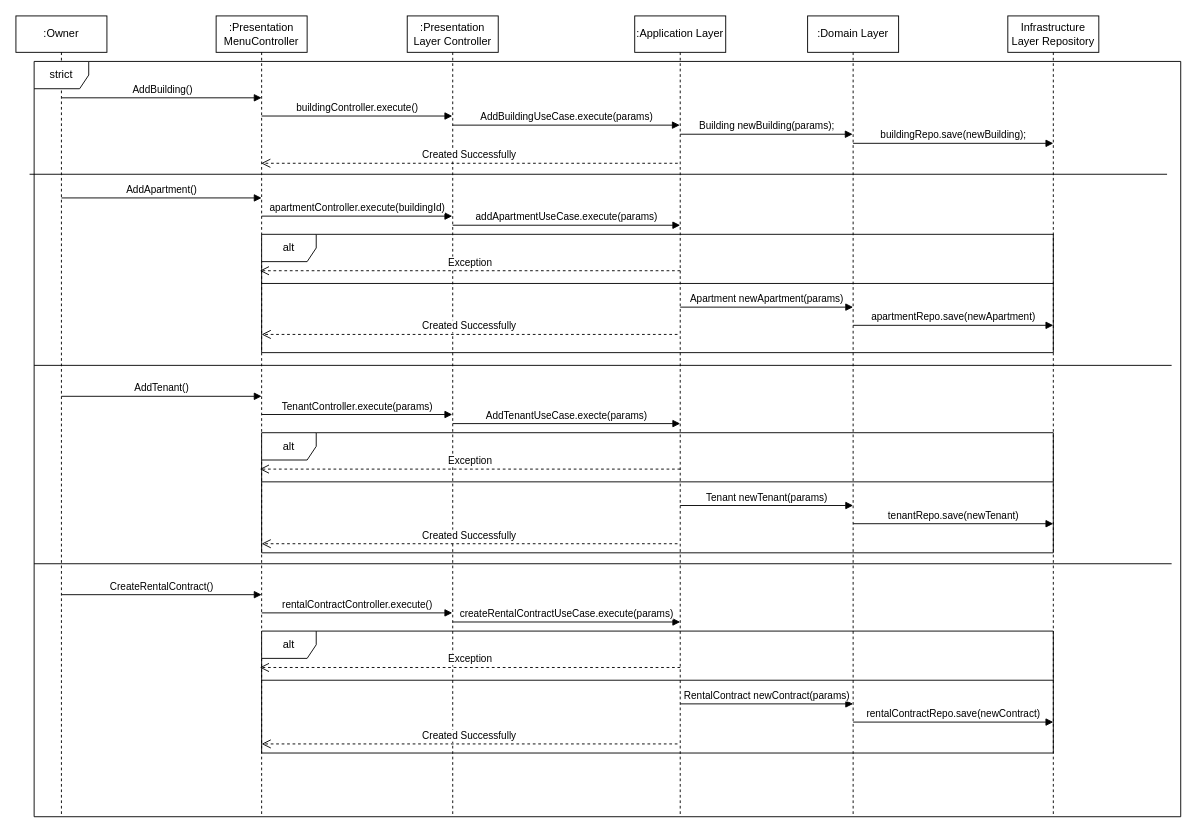
The draw.io diagram docs/Sequence Diagram 1 Bawably.drawio in AbdoAqll/Bawably, before the edit. Source tidied: cells renumbered, new cells numbered last; positions are measured from the earlier drawing's top-left corner, leaving out a move shared by most shapes. Both pictures are drawn from the tidied source at 91%, with x=0, y=0 at pixel (15, 15).
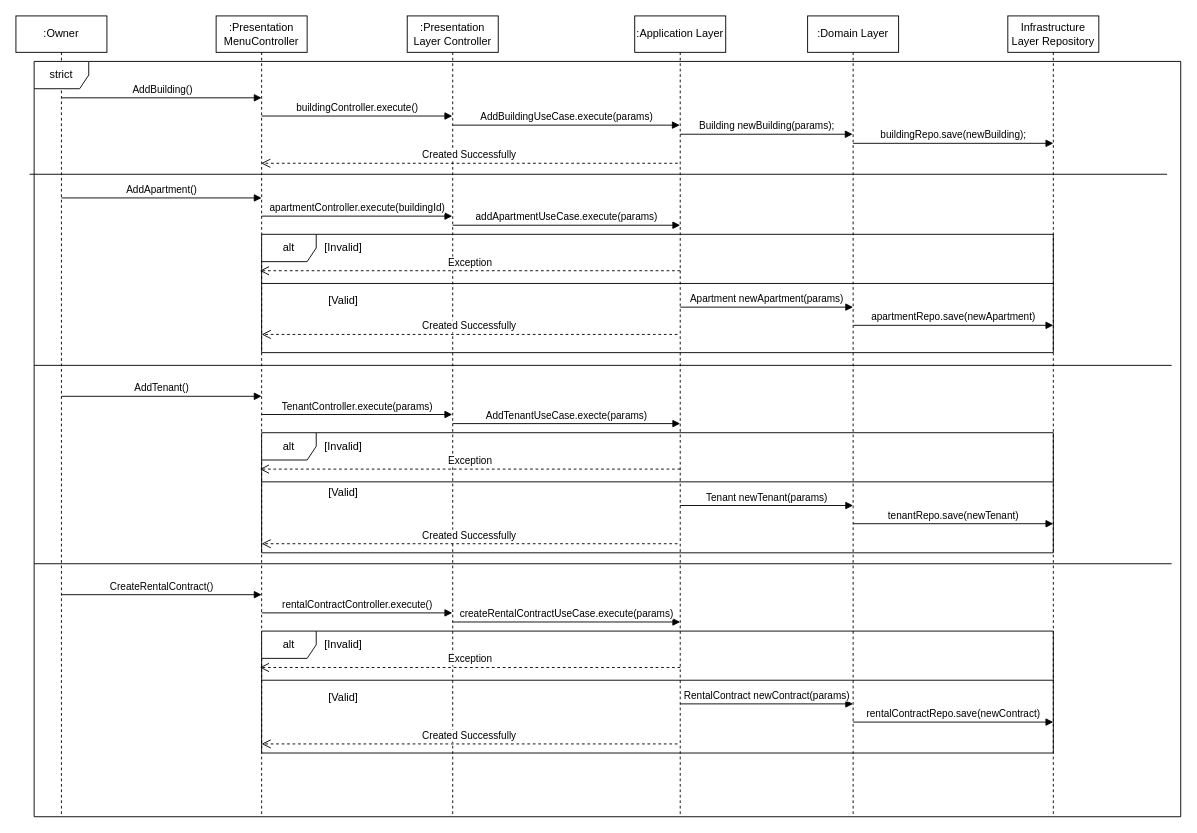
Above is the later version.

Commit message (it also covers changes not shown here):
Fixing diagrams problems.

The edit, as a diff of the source:
```diff
@@
+    <mxCell id="45" value="[Valid]" style="text;html=1;whiteSpace=wrap;strokeColor=none;fillColor=none;align=center;verticalAlign=middle;rounded=0;" parent="1" vertex="1">
+      <mxGeometry x="330" y="298" width="60" height="30" as="geometry" />
+    </mxCell>
+    <mxCell id="46" value="[Invalid]" style="text;html=1;whiteSpace=wrap;strokeColor=none;fillColor=none;align=center;verticalAlign=middle;rounded=0;" parent="1" vertex="1">
+      <mxGeometry x="330" y="240" width="60" height="30" as="geometry" />
+    </mxCell>
+    <mxCell id="47" value="[Invalid]" style="text;html=1;whiteSpace=wrap;strokeColor=none;fillColor=none;align=center;verticalAlign=middle;rounded=0;" parent="1" vertex="1">
+      <mxGeometry x="330" y="458" width="60" height="30" as="geometry" />
+    </mxCell>
+    <mxCell id="48" value="[Valid]" style="text;html=1;whiteSpace=wrap;strokeColor=none;fillColor=none;align=center;verticalAlign=middle;rounded=0;" parent="1" vertex="1">
+      <mxGeometry x="330" y="509" width="60" height="30" as="geometry" />
+    </mxCell>
+    <mxCell id="49" value="[Valid]" style="text;html=1;whiteSpace=wrap;strokeColor=none;fillColor=none;align=center;verticalAlign=middle;rounded=0;" parent="1" vertex="1">
+      <mxGeometry x="330" y="734" width="60" height="30" as="geometry" />
+    </mxCell>
+    <mxCell id="50" value="[Invalid]" style="text;html=1;whiteSpace=wrap;strokeColor=none;fillColor=none;align=center;verticalAlign=middle;rounded=0;" parent="1" vertex="1">
+      <mxGeometry x="330" y="676" width="60" height="30" as="geometry" />
+    </mxCell>
```
